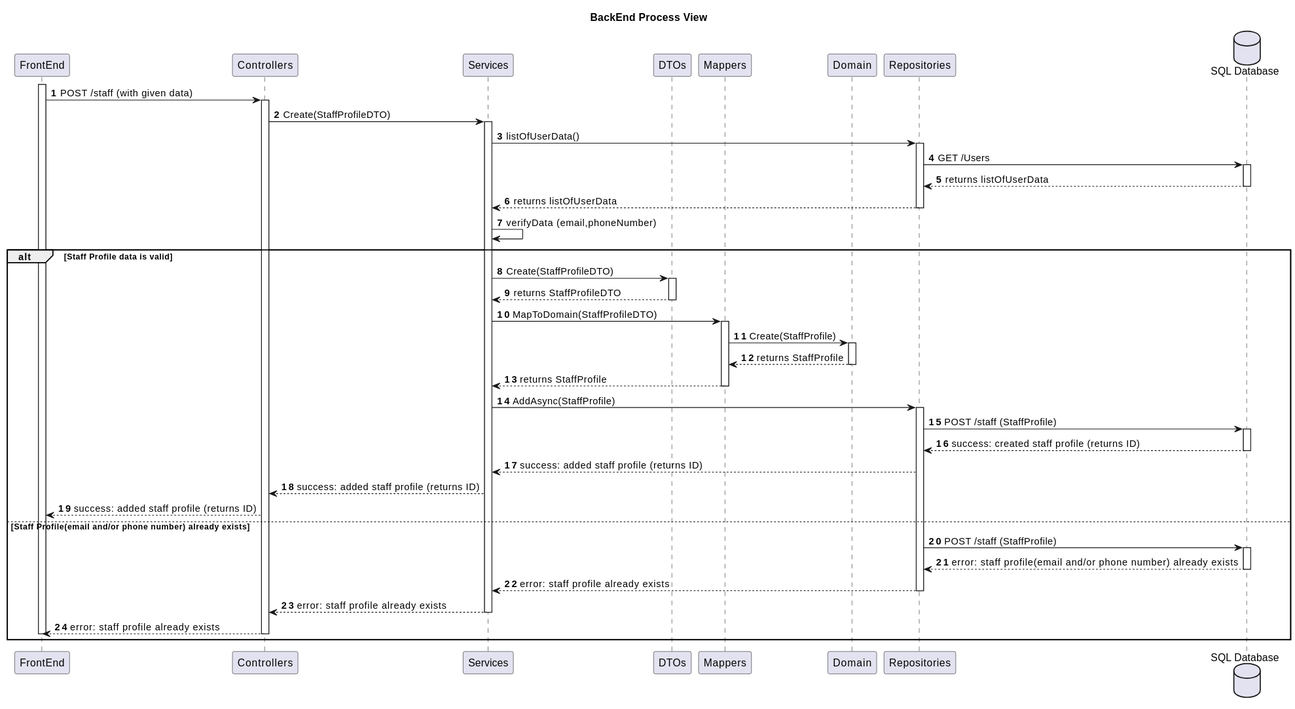
This is Wiki/SprintA/diagrams/use-cases/18-create-a-new-staff-profile/level3/backend-process-view.svg from MiguelCardoso77/SurgicalSync-BackEnd, a PlantUML export, as it was before one commit.
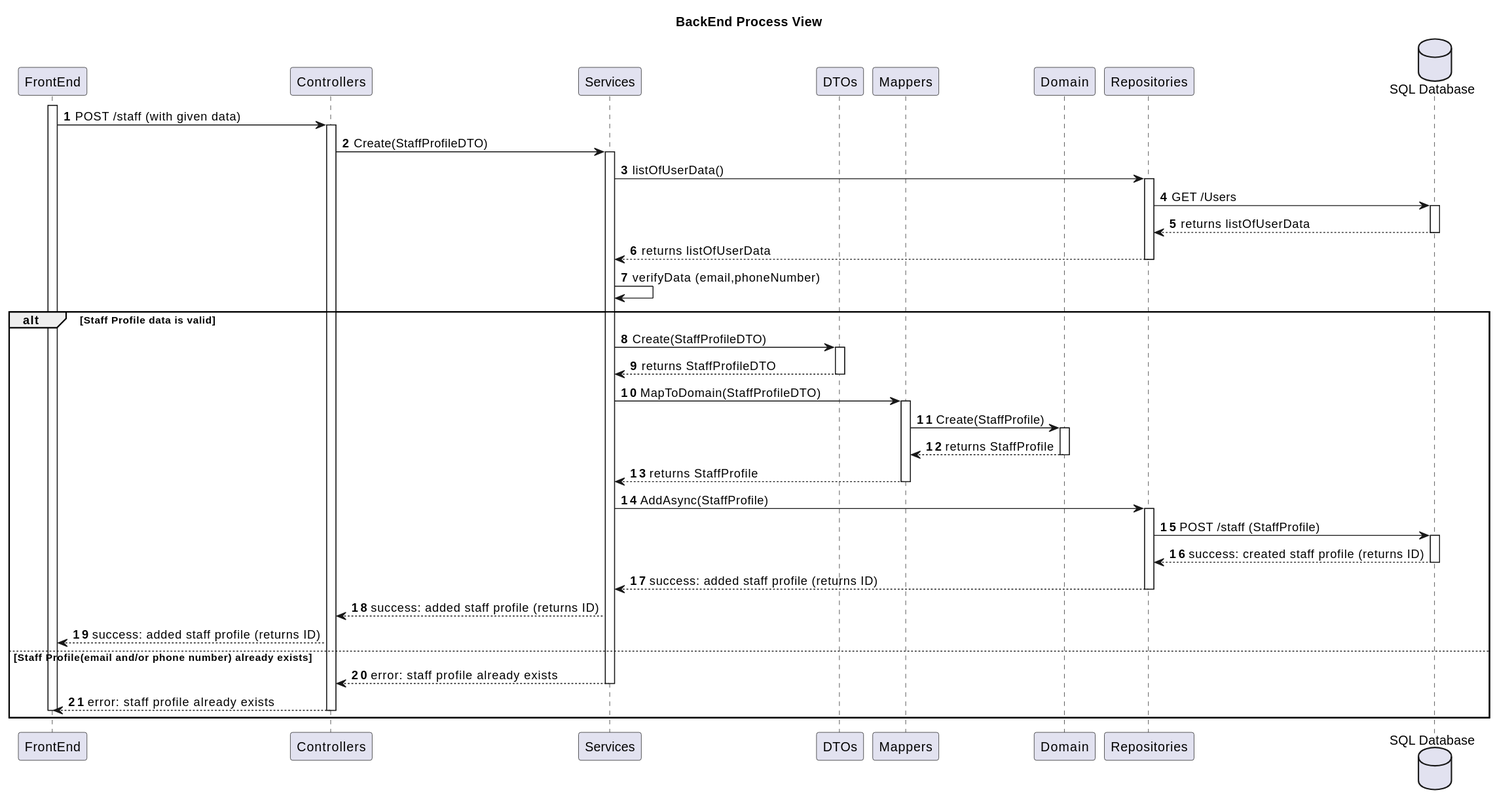
The same file after the commit.

Change to the diagram source:
```diff
@@ -63,21 +63,14 @@
                 deactivate SQL
 
                 REPO --> SV : success: added staff profile (returns ID)
-
+                deactivate REPO
 
             SV --> CN : success: added staff profile (returns ID)
         FE <-- CN: success: added staff profile (returns ID)
 
 else Staff Profile(email and/or phone number) already exists
 
-                REPO -> SQL : POST /staff (StaffProfile)
-                activate SQL
 
-                    SQL --> REPO : error: staff profile(email and/or phone number) already exists
-                deactivate SQL
-
-        REPO --> SV : error: staff profile already exists
-            deactivate REPO
             SV --> CN : error: staff profile already exists
         deactivate SV
         FE <-- CN: error: staff profile already exists
```
